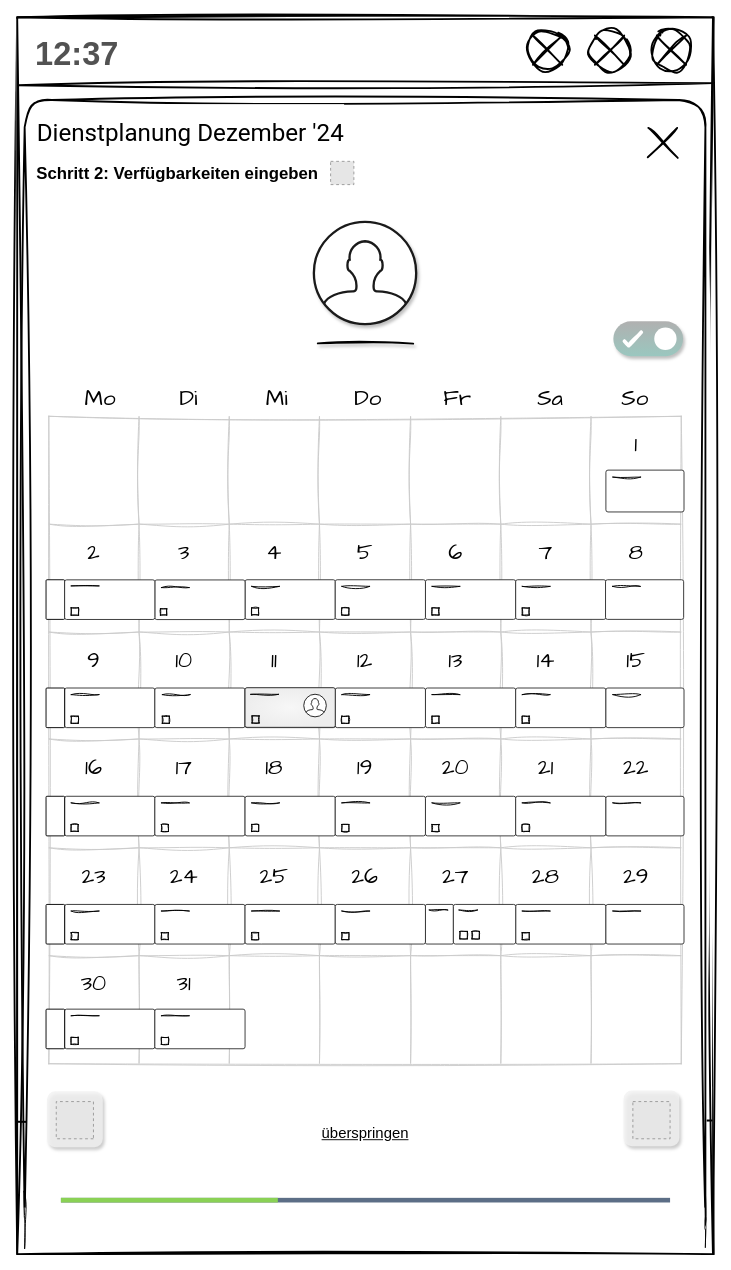
Before: page "VE_1" (6 of 8) of 5_Pitch/Mockup_UserFlow_CreateWorkSchedule.drawio in annikalenneper/praxisprojekt_mi_bachelor_SoSe24, a draw.io diagram. Source tidied: cells renumbered, new cells numbered last; positions are measured from the earlier drawing's top-left corner, leaving out a move shared by most shapes. Both pictures are drawn from the tidied source at 93%, with x=0, y=0 at pixel (17, 17). Pictures stored in the file or linked from it are replaced by grey dashed boxes.
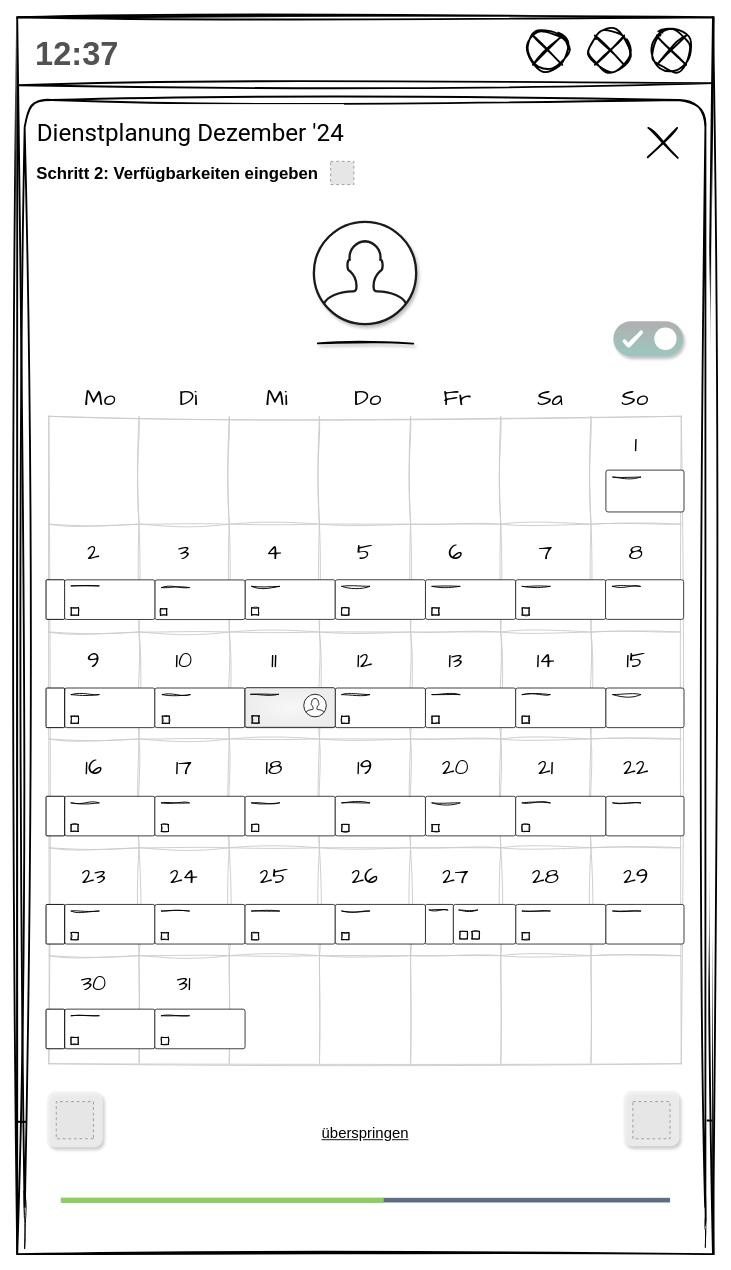
After the change.

What changed in the source:
```diff
@@
-    <mxCell id="42" style="verticalLabelPosition=bottom;verticalAlign=top;html=1;shadow=0;dashed=0;strokeWidth=1;shape=mxgraph.ios.iCloudProgressBar;barPos=35.61;" parent="1" vertex="1">
+    <mxCell id="42" style="verticalLabelPosition=bottom;verticalAlign=top;html=1;shadow=0;dashed=0;strokeWidth=1;shape=mxgraph.ios.iCloudProgressBar;barPos=53;" parent="1" vertex="1">
       <mxGeometry x="47" y="1257" width="655" height="30" as="geometry" />
     </mxCell>
```
